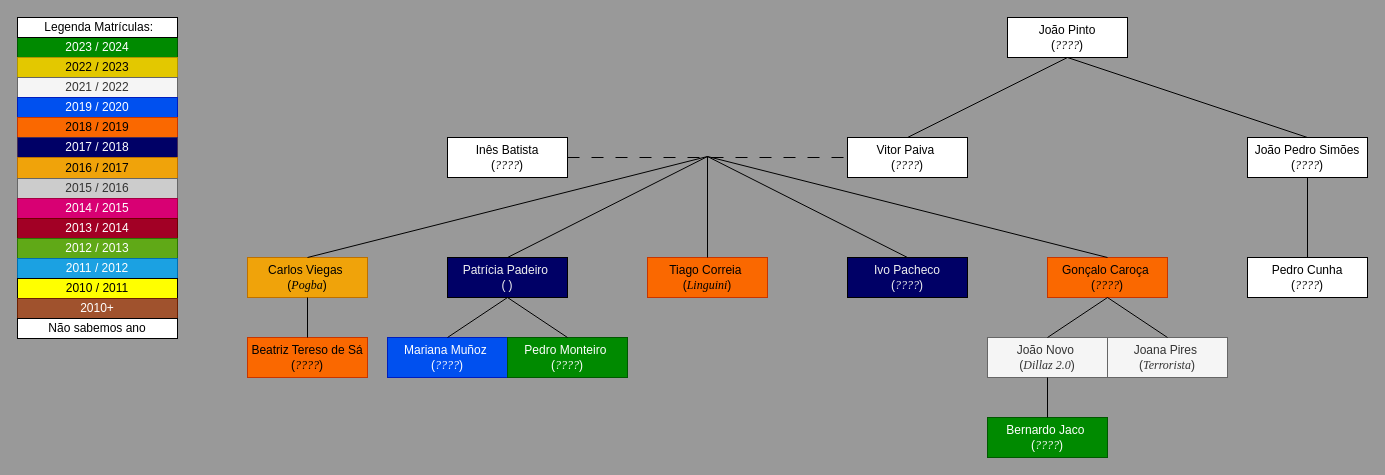
The draw.io diagram Draw.io/Familia_do_João_Pinto.drawio in pdmtmr/PDMTMRTESTLOCATION-AKA-ARBUSTO, before the edit. Source tidied: cells renumbered, new cells numbered last; positions are measured from the earlier drawing's top-left corner, leaving out a move shared by most shapes. Both pictures are drawn from the tidied source at 100%, with x=0, y=0 at pixel (17, 17).
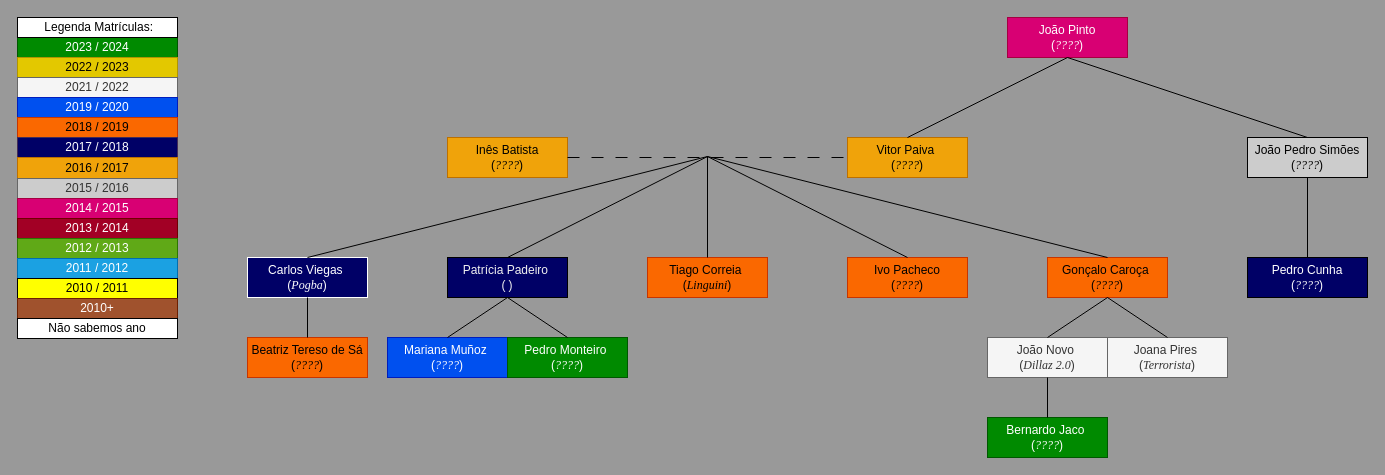
Above is the later version.

Diff of the diagram source:
```diff
@@
-    <mxCell id="18" value="&lt;div&gt;Vitor Paiva&amp;nbsp;&lt;/div&gt;&lt;div&gt;(&lt;i&gt;&lt;font face=&quot;Times New Roman&quot;&gt;????&lt;/font&gt;&lt;/i&gt;)&lt;/div&gt;" style="rounded=0;whiteSpace=wrap;html=1;" parent="1" vertex="1">
+    <mxCell id="18" value="&lt;div&gt;Vitor Paiva&amp;nbsp;&lt;/div&gt;&lt;div&gt;(&lt;i&gt;&lt;font face=&quot;Times New Roman&quot;&gt;????&lt;/font&gt;&lt;/i&gt;)&lt;/div&gt;" style="rounded=0;whiteSpace=wrap;html=1;fillColor=#f0a30a;fontColor=#000000;strokeColor=#BD7000;" parent="1" vertex="1">
       <mxGeometry x="830" y="120" width="120" height="40" as="geometry" />
     </mxCell>
@@
-    <mxCell id="22" value="&lt;div&gt;Carlos Viegas&amp;nbsp;&lt;/div&gt;&lt;div&gt;(&lt;font face=&quot;Times New Roman&quot;&gt;&lt;i&gt;Pogba&lt;/i&gt;&lt;/font&gt;)&lt;/div&gt;" style="rounded=0;whiteSpace=wrap;html=1;fillColor=#f0a30a;fontColor=#000000;strokeColor=#BD7000;" parent="1" vertex="1">
+    <mxCell id="22" value="&lt;div&gt;Carlos Viegas&amp;nbsp;&lt;/div&gt;&lt;div&gt;(&lt;font face=&quot;Times New Roman&quot;&gt;&lt;i&gt;Pogba&lt;/i&gt;&lt;/font&gt;)&lt;/div&gt;" style="rounded=0;whiteSpace=wrap;html=1;fillColor=#000066;fontColor=#FFFFFF;strokeColor=#FFFFFF;" parent="1" vertex="1">
       <mxGeometry x="230" y="240" width="120" height="40" as="geometry" />
     </mxCell>
-    <mxCell id="23" value="&lt;div&gt;Ivo Pacheco&lt;/div&gt;&lt;div&gt;(&lt;i&gt;&lt;font face=&quot;Times New Roman&quot;&gt;????&lt;/font&gt;&lt;/i&gt;)&lt;/div&gt;" style="rounded=0;whiteSpace=wrap;html=1;fillColor=#000066;fontColor=#F0F0F0;" parent="1" vertex="1">
+    <mxCell id="23" value="&lt;div&gt;Ivo Pacheco&lt;/div&gt;&lt;div&gt;(&lt;i&gt;&lt;font face=&quot;Times New Roman&quot;&gt;????&lt;/font&gt;&lt;/i&gt;)&lt;/div&gt;" style="rounded=0;whiteSpace=wrap;html=1;fillColor=#fa6800;fontColor=#000000;strokeColor=#C73500;" parent="1" vertex="1">
       <mxGeometry x="830" y="240" width="120" height="40" as="geometry" />
     </mxCell>
@@
-    <mxCell id="39" value="&lt;div&gt;&lt;span style=&quot;background-color: initial;&quot;&gt;João Pinto&lt;/span&gt;&lt;/div&gt;&lt;div&gt;&lt;span style=&quot;background-color: initial;&quot;&gt;(&lt;/span&gt;&lt;i style=&quot;background-color: initial;&quot;&gt;&lt;font face=&quot;Times New Roman&quot;&gt;????&lt;/font&gt;&lt;/i&gt;&lt;span style=&quot;background-color: initial;&quot;&gt;)&lt;/span&gt;&lt;/div&gt;" style="rounded=0;whiteSpace=wrap;html=1;" parent="1" vertex="1">
+    <mxCell id="39" value="&lt;div&gt;&lt;span style=&quot;background-color: initial;&quot;&gt;João Pinto&lt;/span&gt;&lt;/div&gt;&lt;div&gt;&lt;span style=&quot;background-color: initial;&quot;&gt;(&lt;/span&gt;&lt;i style=&quot;background-color: initial;&quot;&gt;&lt;font face=&quot;Times New Roman&quot;&gt;????&lt;/font&gt;&lt;/i&gt;&lt;span style=&quot;background-color: initial;&quot;&gt;)&lt;/span&gt;&lt;/div&gt;" style="rounded=0;whiteSpace=wrap;html=1;fillColor=#d80073;fontColor=#ffffff;strokeColor=#A50040;" parent="1" vertex="1">
       <mxGeometry x="990" width="120" height="40" as="geometry" />
     </mxCell>
-    <mxCell id="40" value="&lt;div&gt;&lt;span style=&quot;background-color: initial;&quot;&gt;João Pedro Simões&lt;/span&gt;&lt;/div&gt;&lt;div&gt;&lt;span style=&quot;background-color: initial;&quot;&gt;(&lt;/span&gt;&lt;i style=&quot;background-color: initial;&quot;&gt;&lt;font face=&quot;Times New Roman&quot;&gt;????&lt;/font&gt;&lt;/i&gt;&lt;span style=&quot;background-color: initial;&quot;&gt;)&lt;/span&gt;&lt;/div&gt;" style="rounded=0;whiteSpace=wrap;html=1;" parent="1" vertex="1">
+    <mxCell id="40" value="&lt;div&gt;&lt;span style=&quot;background-color: initial;&quot;&gt;João Pedro Simões&lt;/span&gt;&lt;/div&gt;&lt;div&gt;&lt;span style=&quot;background-color: initial;&quot;&gt;(&lt;/span&gt;&lt;i style=&quot;background-color: initial;&quot;&gt;&lt;font face=&quot;Times New Roman&quot;&gt;????&lt;/font&gt;&lt;/i&gt;&lt;span style=&quot;background-color: initial;&quot;&gt;)&lt;/span&gt;&lt;/div&gt;" style="rounded=0;whiteSpace=wrap;html=1;fillColor=#CCCCCC;fontColor=#000000;" parent="1" vertex="1">
       <mxGeometry x="1230" y="120" width="120" height="40" as="geometry" />
     </mxCell>
@@
-    <mxCell id="43" value="&lt;div&gt;&lt;span style=&quot;background-color: initial;&quot;&gt;Pedro Cunha&lt;/span&gt;&lt;/div&gt;&lt;div&gt;&lt;span style=&quot;background-color: initial;&quot;&gt;(&lt;/span&gt;&lt;i style=&quot;background-color: initial;&quot;&gt;&lt;font face=&quot;Times New Roman&quot;&gt;????&lt;/font&gt;&lt;/i&gt;&lt;span style=&quot;background-color: initial;&quot;&gt;)&lt;/span&gt;&lt;/div&gt;" style="rounded=0;whiteSpace=wrap;html=1;" parent="1" vertex="1">
+    <mxCell id="43" value="&lt;div&gt;&lt;span style=&quot;background-color: initial;&quot;&gt;Pedro Cunha&lt;/span&gt;&lt;/div&gt;&lt;div&gt;&lt;span style=&quot;background-color: initial;&quot;&gt;(&lt;/span&gt;&lt;i style=&quot;background-color: initial;&quot;&gt;&lt;font face=&quot;Times New Roman&quot;&gt;????&lt;/font&gt;&lt;/i&gt;&lt;span style=&quot;background-color: initial;&quot;&gt;)&lt;/span&gt;&lt;/div&gt;" style="rounded=0;whiteSpace=wrap;html=1;fillColor=#000066;fontColor=#FFFFFF;" parent="1" vertex="1">
       <mxGeometry x="1230" y="240" width="120" height="40" as="geometry" />
     </mxCell>
@@
-    <mxCell id="45" value="&lt;div&gt;&lt;span style=&quot;background-color: initial;&quot;&gt;Inês Batista&lt;/span&gt;&lt;/div&gt;&lt;div&gt;&lt;span style=&quot;background-color: initial;&quot;&gt;(&lt;/span&gt;&lt;i style=&quot;background-color: initial;&quot;&gt;&lt;font face=&quot;Times New Roman&quot;&gt;????&lt;/font&gt;&lt;/i&gt;&lt;span style=&quot;background-color: initial;&quot;&gt;)&lt;/span&gt;&lt;/div&gt;" style="rounded=0;whiteSpace=wrap;html=1;" parent="1" vertex="1">
+    <mxCell id="45" value="&lt;div&gt;&lt;span style=&quot;background-color: initial;&quot;&gt;Inês Batista&lt;/span&gt;&lt;/div&gt;&lt;div&gt;&lt;span style=&quot;background-color: initial;&quot;&gt;(&lt;/span&gt;&lt;i style=&quot;background-color: initial;&quot;&gt;&lt;font face=&quot;Times New Roman&quot;&gt;????&lt;/font&gt;&lt;/i&gt;&lt;span style=&quot;background-color: initial;&quot;&gt;)&lt;/span&gt;&lt;/div&gt;" style="rounded=0;whiteSpace=wrap;html=1;fillColor=#f0a30a;fontColor=#000000;strokeColor=#BD7000;" parent="1" vertex="1">
       <mxGeometry x="430" y="120" width="120" height="40" as="geometry" />
     </mxCell>
```
